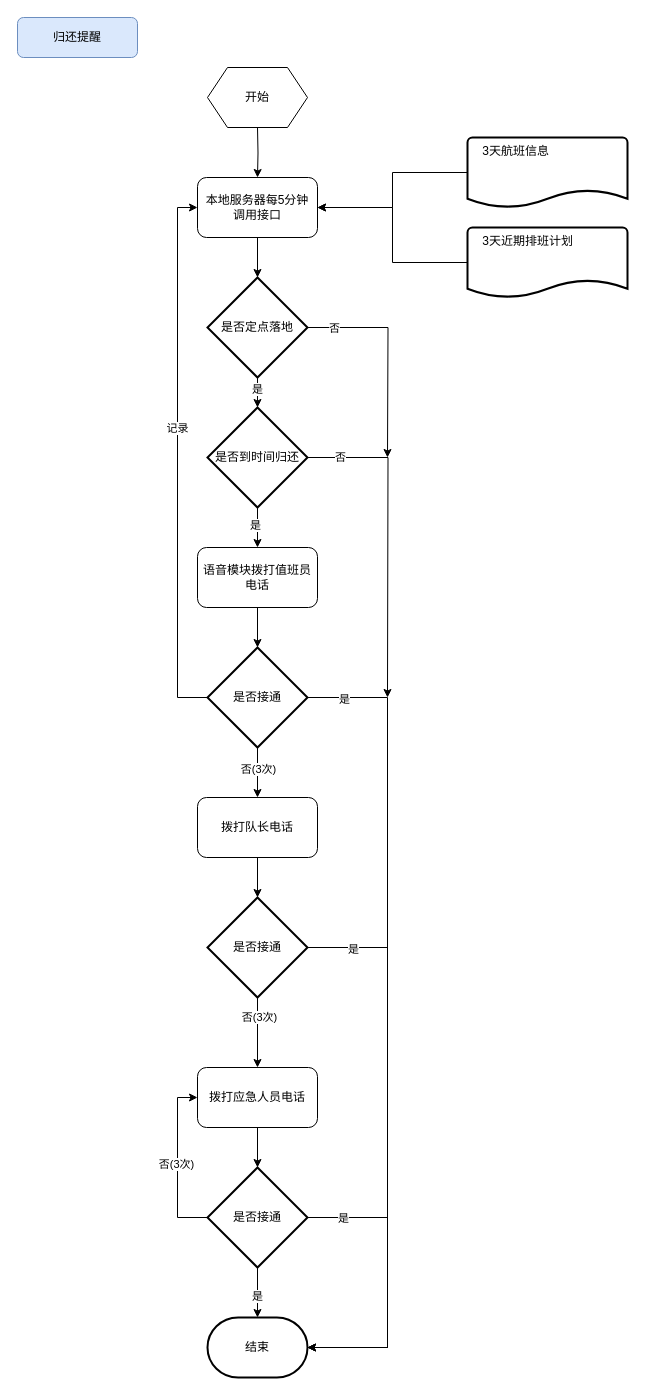
This is xbhangkon.drawio from HXLMOM/cctest, a draw.io file, before an edit. Source tidied: cells renumbered, new cells numbered last; positions are measured from the earlier drawing's top-left corner, leaving out a move shared by most shapes. Both pictures are drawn from the tidied source at 100%, with x=0, y=0 at pixel (17, 17).
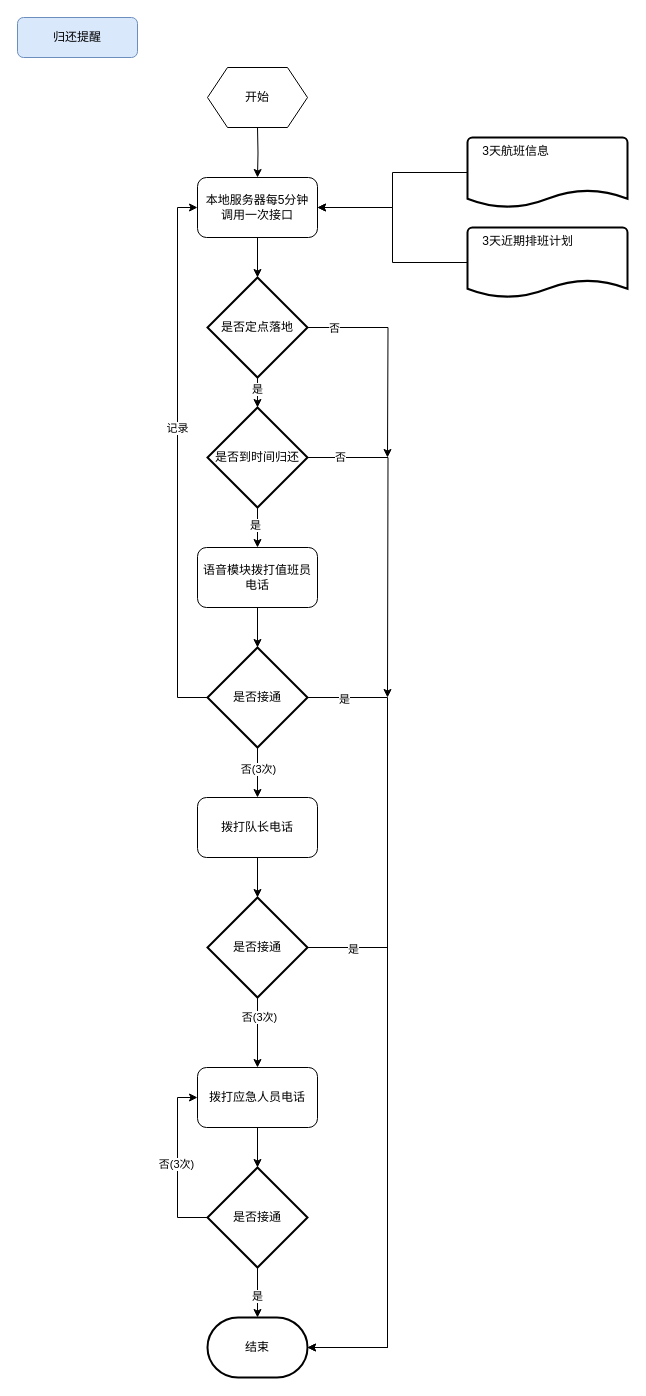
The same diagram, later.

The change refers to these unchanged cells:
```xml
<mxCell id="31" value="是否接通" style="strokeWidth=2;html=1;shape=mxgraph.flowchart.decision;whiteSpace=wrap;" parent="1" vertex="1">
  <mxGeometry x="190" y="1150" width="100" height="100" as="geometry" />
</mxCell>
<mxCell id="32" value="结束" style="strokeWidth=2;html=1;shape=mxgraph.flowchart.terminator;whiteSpace=wrap;" parent="1" vertex="1">
  <mxGeometry x="190" y="1300" width="100" height="60" as="geometry" />
</mxCell>
```

The edit, as a diff of the source:
```diff
@@
-    <mxCell id="5" value="本地服务器每5分钟&lt;br&gt;调用接口" style="rounded=1;whiteSpace=wrap;html=1;" parent="1" vertex="1">
+    <mxCell id="5" value="本地服务器每5分钟&lt;br&gt;调用一次接口" style="rounded=1;whiteSpace=wrap;html=1;" parent="1" vertex="1">
       <mxGeometry x="180" y="160" width="120" height="60" as="geometry" />
     </mxCell>
@@
-    <mxCell id="33" style="edgeStyle=orthogonalEdgeStyle;rounded=0;jettySize=auto;html=1;entryX=1;entryY=0.5;entryDx=0;entryDy=0;entryPerimeter=0;" parent="1" edge="1" source="31" target="32">
-      <mxGeometry relative="1" as="geometry">
-        <Array as="points">
-          <mxPoint x="370" y="1200" />
-          <mxPoint x="370" y="1330" />
-        </Array>
-      </mxGeometry>
-    </mxCell>
-    <mxCell id="34" value="是" style="edgeLabel;html=1;align=center;verticalAlign=middle;" parent="33" vertex="1">
-      <mxGeometry x="-0.76" relative="1" as="geometry" />
-    </mxCell>
```
